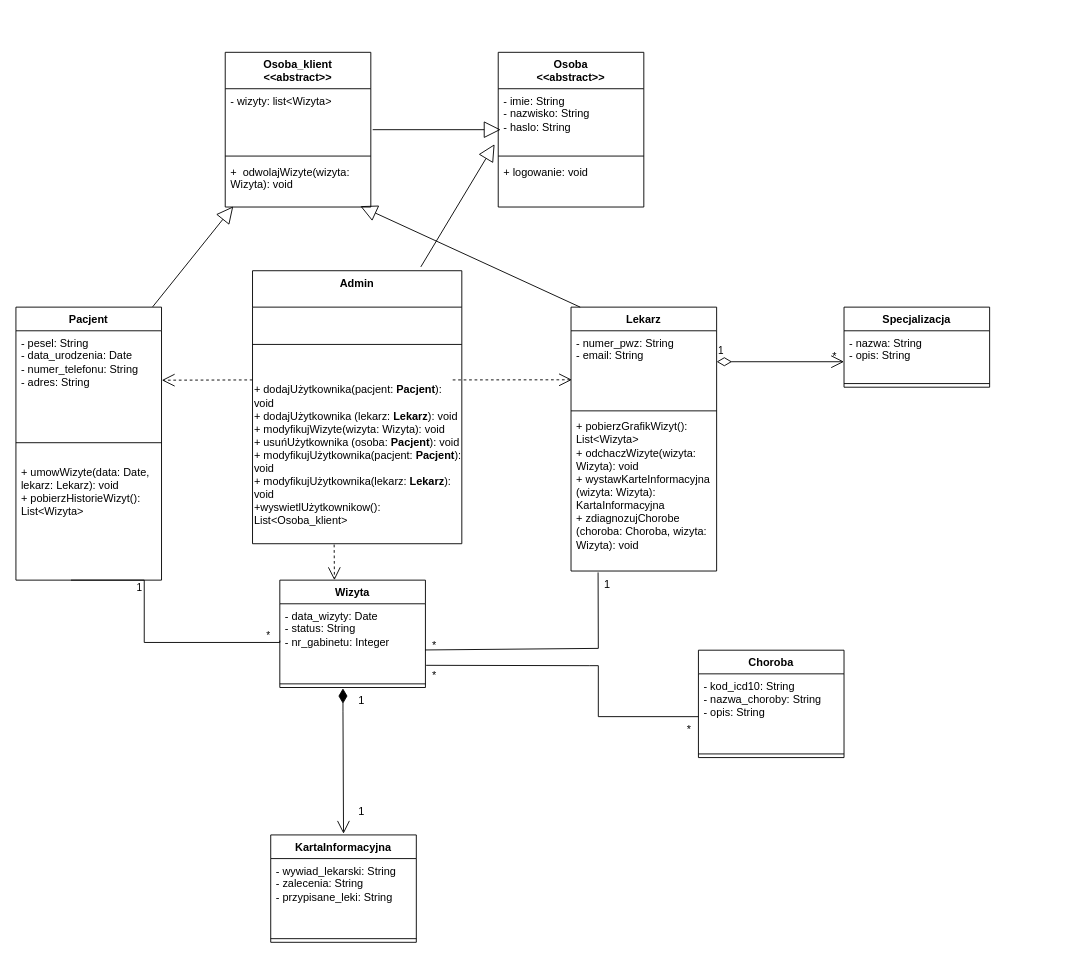
This is diagramy/klas/diagram_klasy_z_metodami.drawio from KamiLMusiol/projekt-TAKE-przychodnia, a draw.io file, before an edit. Source tidied: cells renumbered, new cells numbered last; positions are measured from the earlier drawing's top-left corner, leaving out a move shared by most shapes. Both pictures are drawn from the tidied source at 91%, with x=0, y=0 at pixel (15, 52).
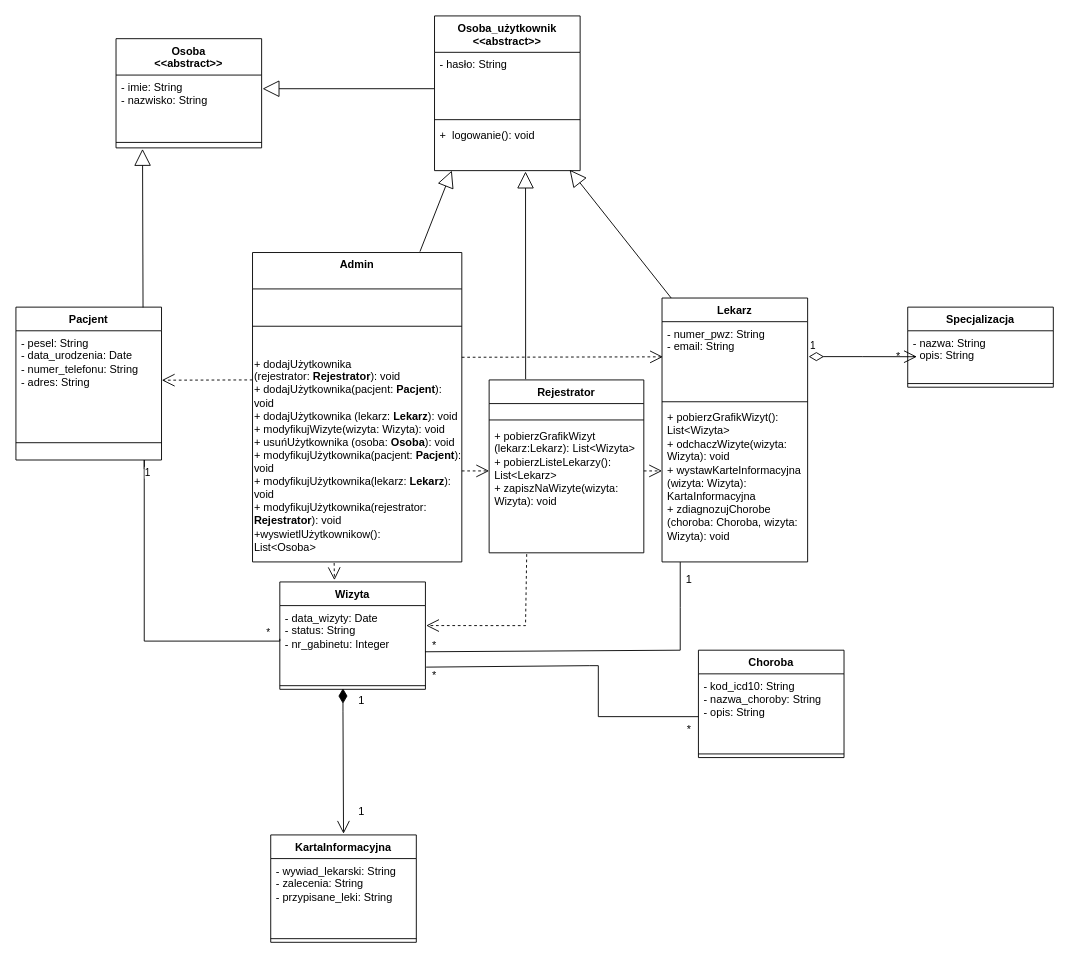
After the change.

The change refers to these unchanged cells:
```xml
<mxCell id="10" value="&lt;div&gt;- numer_pwz: String&lt;/div&gt;&lt;div&gt;- email: String&lt;/div&gt;&lt;div&gt;&lt;br&gt;&lt;/div&gt;&lt;div&gt;&lt;br&gt;&lt;/div&gt;" style="text;strokeColor=none;fillColor=none;align=left;verticalAlign=top;spacingLeft=4;spacingRight=4;overflow=hidden;points=[[0,0.5],[1,0.5]];portConstraint=eastwest;whiteSpace=wrap;html=1;" parent="9" vertex="1">
  <mxGeometry y="26" width="160" height="84" as="geometry" />
</mxCell>
<mxCell id="12" value="+ pobierzGrafikWizyt(): List&amp;lt;Wizyta&amp;gt;&lt;div&gt;+ odchaczWizyte(wizyta: Wizyta): void&lt;/div&gt;&lt;div&gt;+ wystawKarteInformacyjna (wizyta: Wizyta): KartaInformacyjna&lt;/div&gt;&lt;div&gt;+ zdiagnozujChorobe (choroba: Choroba, wizyta: Wizyta): void&lt;/div&gt;&lt;div&gt;&lt;br&gt;&lt;/div&gt;" style="text;strokeColor=none;fillColor=none;align=left;verticalAlign=top;spacingLeft=4;spacingRight=4;overflow=hidden;points=[[0,0.5],[1,0.5]];portConstraint=eastwest;whiteSpace=wrap;html=1;" parent="9" vertex="1">
  <mxGeometry y="118" width="160" height="172" as="geometry" />
</mxCell>
<mxCell id="14" value="- data_wizyty: Date&lt;div&gt;- status: String&lt;/div&gt;&lt;div&gt;- nr_gabinetu: Integer&lt;/div&gt;&lt;div&gt;&lt;br&gt;&lt;/div&gt;&lt;div&gt;&lt;br&gt;&lt;/div&gt;&lt;div&gt;&lt;br&gt;&lt;/div&gt;" style="text;strokeColor=none;fillColor=none;align=left;verticalAlign=top;spacingLeft=4;spacingRight=4;overflow=hidden;points=[[0,0.5],[1,0.5]];portConstraint=eastwest;whiteSpace=wrap;html=1;" parent="13" vertex="1">
  <mxGeometry y="26" width="160" height="84" as="geometry" />
</mxCell>
```

Diff of the diagram source:
```diff
@@
     <mxCell id="2" value="Pacjent" style="swimlane;fontStyle=1;align=center;verticalAlign=top;horizontal=1;startSize=26;whiteSpace=wrap;html=1;" parent="1" vertex="1">
-      <mxGeometry y="280" width="160" height="300" as="geometry" />
+      <mxGeometry y="280" width="160" height="168" as="geometry" />
     </mxCell>
@@
-    <mxCell id="5" value="+ umowWizyte(data: Date, lekarz: Lekarz): void&lt;div&gt;&lt;span style=&quot;background-color: transparent; color: light-dark(rgb(0, 0, 0), rgb(255, 255, 255));&quot;&gt;+ pobierzHistorieWizyt(): List&amp;lt;Wizyta&amp;gt;&lt;/span&gt;&lt;/div&gt;&lt;div&gt;&lt;br&gt;&lt;/div&gt;&lt;div&gt;&lt;br&gt;&lt;/div&gt;" style="text;strokeColor=none;fillColor=none;align=left;verticalAlign=top;spacingLeft=4;spacingRight=4;overflow=hidden;whiteSpace=wrap;html=1;" parent="2" vertex="1">
-      <mxGeometry y="168" width="160" height="132" as="geometry" />
-    </mxCell>
     <mxCell id="6" value="Specjalizacja" style="swimlane;fontStyle=1;align=center;verticalAlign=top;horizontal=1;startSize=26;whiteSpace=wrap;html=1;" parent="1" vertex="1">
-      <mxGeometry x="910" y="280" width="160" height="88" as="geometry" />
+      <mxGeometry x="980" y="280" width="160" height="88" as="geometry" />
     </mxCell>
@@
     <mxCell id="9" value="Lekarz" style="swimlane;fontStyle=1;align=center;verticalAlign=top;horizontal=1;startSize=26;whiteSpace=wrap;html=1;" parent="1" vertex="1">
-      <mxGeometry x="610" y="280" width="160" height="290" as="geometry" />
+      <mxGeometry x="710" y="270" width="160" height="290" as="geometry" />
     </mxCell>
@@
     <mxCell id="13" value="Wizyta" style="swimlane;fontStyle=1;align=center;verticalAlign=top;horizontal=1;startSize=26;whiteSpace=wrap;html=1;" parent="1" vertex="1">
-      <mxGeometry x="290" y="580" width="160" height="118" as="geometry" />
+      <mxGeometry x="290" y="582" width="160" height="118" as="geometry" />
     </mxCell>
@@
-    <mxCell id="22" style="endArrow=none;html=1;edgeStyle=orthogonalEdgeStyle;rounded=0;entryX=0;entryY=0.5;entryDx=0;entryDy=0;exitX=0.378;exitY=1.011;exitDx=0;exitDy=0;exitPerimeter=0;" parent="1" edge="1">
+    <mxCell id="22" style="endArrow=none;html=1;edgeStyle=orthogonalEdgeStyle;rounded=0;entryX=0;entryY=0.5;entryDx=0;entryDy=0;" parent="1" edge="1">
       <mxGeometry relative="1" as="geometry">
-        <mxPoint x="60.5" y="580" as="sourcePoint" />
-        <mxPoint x="290" y="646.5" as="targetPoint" />
+        <mxPoint x="141" y="458" as="sourcePoint" />
+        <mxPoint x="290" y="644.5" as="targetPoint" />
         <Array as="points">
-          <mxPoint x="141" y="648.5" />
-          <mxPoint x="290" y="648.5" />
+          <mxPoint x="141" y="448" />
+          <mxPoint x="141" y="647" />
+          <mxPoint x="290" y="647" />
         </Array>
       </mxGeometry>
     </mxCell>
     <mxCell id="23" value="1" style="edgeLabel;html=1;align=left;verticalAlign=bottom;" parent="22" vertex="1">
       <mxGeometry x="-1" relative="1" as="geometry">
-        <mxPoint x="70" y="16" as="offset" />
+        <mxPoint x="-1" y="12" as="offset" />
       </mxGeometry>
     </mxCell>
@@
-    <mxCell id="25" style="endArrow=none;html=1;rounded=0;exitX=0.997;exitY=0.604;exitDx=0;exitDy=0;exitPerimeter=0;entryX=-0.013;entryY=0.051;entryDx=0;entryDy=0;entryPerimeter=0;" parent="1" edge="1" source="14" target="40">
+    <mxCell id="25" style="endArrow=none;html=1;rounded=0;exitX=0.997;exitY=0.604;exitDx=0;exitDy=0;exitPerimeter=0;entryX=0.125;entryY=1.001;entryDx=0;entryDy=0;entryPerimeter=0;" parent="1" edge="1" source="14" target="12">
       <mxGeometry relative="1" as="geometry">
         <Array as="points">
-          <mxPoint x="640" y="655" />
+          <mxPoint x="730" y="657" />
+          <mxPoint x="730" y="610" />
         </Array>
       </mxGeometry>
     </mxCell>
@@
-    <mxCell id="33" value="Osoba_klient&lt;div&gt;&amp;lt;&amp;lt;abstract&amp;gt;&amp;gt;&lt;/div&gt;" style="swimlane;fontStyle=1;align=center;verticalAlign=top;horizontal=1;startSize=40;whiteSpace=wrap;html=1;" parent="1" vertex="1">
-      <mxGeometry x="230" width="160" height="170" as="geometry" />
+    <mxCell id="33" value="Osoba_użytkownik&lt;div&gt;&amp;lt;&amp;lt;abstract&amp;gt;&amp;gt;&lt;/div&gt;" style="swimlane;fontStyle=1;align=center;verticalAlign=top;horizontal=1;startSize=40;whiteSpace=wrap;html=1;" parent="1" vertex="1">
+      <mxGeometry x="460" y="-40" width="160" height="170" as="geometry" />
     </mxCell>
-    <mxCell id="34" value="&lt;div&gt;- wizyty: list&amp;lt;Wizyta&amp;gt;&lt;/div&gt;&lt;div&gt;&lt;br&gt;&lt;/div&gt;&lt;div&gt;&lt;br&gt;&lt;/div&gt;" style="text;strokeColor=none;fillColor=none;align=left;verticalAlign=top;spacingLeft=4;spacingRight=4;overflow=hidden;points=[[0,0.5],[1,0.5]];portConstraint=eastwest;whiteSpace=wrap;html=1;" parent="33" vertex="1">
+    <mxCell id="34" value="&lt;div&gt;- hasło&lt;span style=&quot;background-color: transparent; color: light-dark(rgb(0, 0, 0), rgb(255, 255, 255));&quot;&gt;: String&lt;/span&gt;&lt;/div&gt;&lt;div&gt;&lt;br&gt;&lt;/div&gt;&lt;div&gt;&lt;br&gt;&lt;/div&gt;" style="text;strokeColor=none;fillColor=none;align=left;verticalAlign=top;spacingLeft=4;spacingRight=4;overflow=hidden;points=[[0,0.5],[1,0.5]];portConstraint=eastwest;whiteSpace=wrap;html=1;" parent="33" vertex="1">
       <mxGeometry y="40" width="160" height="70" as="geometry" />
     </mxCell>
@@
-    <mxCell id="36" value="&lt;div&gt;+&amp;nbsp; odwolajWizyte(wizyta: Wizyta): void&lt;/div&gt;" style="text;strokeColor=none;fillColor=none;align=left;verticalAlign=top;spacingLeft=4;spacingRight=4;overflow=hidden;points=[[0,0.5],[1,0.5]];portConstraint=eastwest;whiteSpace=wrap;html=1;" parent="33" vertex="1">
+    <mxCell id="36" value="&lt;div&gt;+&amp;nbsp; logowanie(): void&lt;/div&gt;" style="text;strokeColor=none;fillColor=none;align=left;verticalAlign=top;spacingLeft=4;spacingRight=4;overflow=hidden;points=[[0,0.5],[1,0.5]];portConstraint=eastwest;whiteSpace=wrap;html=1;" parent="33" vertex="1">
       <mxGeometry y="118" width="160" height="52" as="geometry" />
     </mxCell>
     <mxCell id="37" value="*" style="text;html=1;whiteSpace=wrap;strokeColor=none;fillColor=none;align=center;verticalAlign=middle;rounded=0;" parent="1" vertex="1">
-      <mxGeometry x="890" y="320" width="20" height="30" as="geometry" />
+      <mxGeometry x="960" y="320" width="20" height="30" as="geometry" />
     </mxCell>
@@
-    <mxCell id="39" style="endArrow=block;endSize=16;endFill=0;html=1;rounded=0;entryX=0.055;entryY=0.987;entryDx=0;entryDy=0;entryPerimeter=0;exitX=0.939;exitY=-0.001;exitDx=0;exitDy=0;exitPerimeter=0;" parent="1" edge="1" source="2" target="36">
-      <mxGeometry relative="1" as="geometry" />
-    </mxCell>
     <mxCell id="40" value="1" style="text;html=1;whiteSpace=wrap;strokeColor=none;fillColor=none;align=center;verticalAlign=middle;rounded=0;" parent="1" vertex="1">
-      <mxGeometry x="640" y="570" width="20" height="30" as="geometry" />
+      <mxGeometry x="730" y="560" width="20" height="40" as="geometry" />
     </mxCell>
     <mxCell id="41" value="Admin" style="swimlane;fontStyle=1;align=center;verticalAlign=top;horizontal=1;startSize=40;whiteSpace=wrap;html=1;" parent="1" vertex="1">
-      <mxGeometry x="260" y="240" width="230" height="300" as="geometry" />
+      <mxGeometry x="260" y="220" width="230" height="340" as="geometry" />
     </mxCell>
@@
-    <mxCell id="44" value="+ dodajUżytkownika(pacjent:&amp;nbsp;&lt;span style=&quot;font-weight: 700; text-align: center;&quot;&gt;Pacjent&lt;/span&gt;): void&lt;div&gt;+ dodajUżytkownika (lekarz: &lt;span style=&quot;font-weight: 700; text-align: center;&quot;&gt;Lekarz&lt;/span&gt;): void&lt;br&gt;&lt;div&gt;+ modyfikujWizyte(wizyta: Wizyta): void&lt;/div&gt;&lt;div&gt;+ usuńUżytkownika (osoba:&amp;nbsp;&lt;span style=&quot;font-weight: 700; text-align: center;&quot;&gt;Pacjent&lt;/span&gt;&lt;span style=&quot;background-color: transparent; color: light-dark(rgb(0, 0, 0), rgb(255, 255, 255));&quot;&gt;): void&lt;/span&gt;&lt;/div&gt;&lt;div&gt;+ modyfikujUżytkownika(pacjent:&amp;nbsp;&lt;span style=&quot;font-weight: 700; text-align: center; background-color: transparent; color: light-dark(rgb(0, 0, 0), rgb(255, 255, 255));&quot;&gt;Pacjent&lt;/span&gt;&lt;span style=&quot;background-color: transparent; color: light-dark(rgb(0, 0, 0), rgb(255, 255, 255));&quot;&gt;): void&lt;/span&gt;&lt;/div&gt;&lt;div&gt;+ modyfikujUżytkownika(lekarz: &lt;span style=&quot;font-weight: 700; text-align: center; background-color: transparent; color: light-dark(rgb(0, 0, 0), rgb(255, 255, 255));&quot;&gt;Lekarz&lt;/span&gt;&lt;span style=&quot;background-color: transparent; color: light-dark(rgb(0, 0, 0), rgb(255, 255, 255));&quot;&gt;): void&lt;/span&gt;&lt;/div&gt;&lt;div&gt;+wyswietlUżytkownikow(&lt;span style=&quot;background-color: transparent; color: light-dark(rgb(0, 0, 0), rgb(255, 255, 255));&quot;&gt;):&amp;nbsp;&amp;nbsp;&lt;/span&gt;&lt;/div&gt;&lt;div&gt;&lt;span style=&quot;background-color: transparent; color: light-dark(rgb(0, 0, 0), rgb(255, 255, 255));&quot;&gt;List&amp;lt;Osoba_klient&amp;gt;&lt;/span&gt;&lt;/div&gt;&lt;/div&gt;" style="text;html=1;whiteSpace=wrap;strokeColor=none;fillColor=none;align=left;verticalAlign=middle;rounded=0;" parent="41" vertex="1">
-      <mxGeometry y="106" width="230" height="194" as="geometry" />
+    <mxCell id="44" value="+ dodajUżytkownika (rejestrator:&amp;nbsp;&lt;span style=&quot;font-weight: 700; text-align: center;&quot;&gt;Rejestrator&lt;/span&gt;): void&lt;div&gt;+ dodajUżytkownika(pacjent:&amp;nbsp;&lt;span style=&quot;font-weight: 700; text-align: center;&quot;&gt;Pacjent&lt;/span&gt;): void&lt;div&gt;+ dodajUżytkownika (lekarz: &lt;span style=&quot;font-weight: 700; text-align: center;&quot;&gt;Lekarz&lt;/span&gt;): void&lt;br&gt;&lt;div&gt;+ modyfikujWizyte(wizyta: Wizyta): void&lt;/div&gt;&lt;div&gt;+ usuńUżytkownika (osoba:&amp;nbsp;&lt;span style=&quot;font-weight: 700; text-align: center;&quot;&gt;Osoba&lt;/span&gt;&lt;span style=&quot;background-color: transparent; color: light-dark(rgb(0, 0, 0), rgb(255, 255, 255));&quot;&gt;): void&lt;/span&gt;&lt;/div&gt;&lt;div&gt;+ modyfikujUżytkownika(pacjent:&amp;nbsp;&lt;span style=&quot;font-weight: 700; text-align: center; background-color: transparent; color: light-dark(rgb(0, 0, 0), rgb(255, 255, 255));&quot;&gt;Pacjent&lt;/span&gt;&lt;span style=&quot;background-color: transparent; color: light-dark(rgb(0, 0, 0), rgb(255, 255, 255));&quot;&gt;): void&lt;/span&gt;&lt;/div&gt;&lt;div&gt;+ modyfikujUżytkownika(lekarz: &lt;span style=&quot;font-weight: 700; text-align: center; background-color: transparent; color: light-dark(rgb(0, 0, 0), rgb(255, 255, 255));&quot;&gt;Lekarz&lt;/span&gt;&lt;span style=&quot;background-color: transparent; color: light-dark(rgb(0, 0, 0), rgb(255, 255, 255));&quot;&gt;): void&lt;/span&gt;&lt;/div&gt;&lt;div&gt;+ modyfikujUżytkownika(rejestrator:&amp;nbsp;&lt;/div&gt;&lt;div&gt;&lt;span style=&quot;font-weight: 700; text-align: center;&quot;&gt;Rejestrator&lt;/span&gt;&lt;span style=&quot;color: light-dark(rgb(0, 0, 0), rgb(255, 255, 255)); background-color: transparent;&quot;&gt;): void&lt;/span&gt;&lt;span style=&quot;background-color: transparent; color: light-dark(rgb(0, 0, 0), rgb(255, 255, 255));&quot;&gt;&lt;/span&gt;&lt;/div&gt;&lt;div&gt;+wyswietlUżytkownikow(&lt;span style=&quot;background-color: transparent; color: light-dark(rgb(0, 0, 0), rgb(255, 255, 255));&quot;&gt;):&amp;nbsp;&amp;nbsp;&lt;/span&gt;&lt;/div&gt;&lt;div&gt;&lt;span style=&quot;background-color: transparent; color: light-dark(rgb(0, 0, 0), rgb(255, 255, 255));&quot;&gt;List&amp;lt;Osoba&amp;gt;&lt;/span&gt;&lt;/div&gt;&lt;/div&gt;&lt;/div&gt;" style="text;html=1;whiteSpace=wrap;strokeColor=none;fillColor=none;align=left;verticalAlign=middle;rounded=0;" parent="41" vertex="1">
+      <mxGeometry y="106" width="230" height="234" as="geometry" />
     </mxCell>
     <mxCell id="45" value="Osoba&lt;div&gt;&amp;lt;&amp;lt;abstract&amp;gt;&amp;gt;&lt;/div&gt;" style="swimlane;fontStyle=1;align=center;verticalAlign=top;horizontal=1;startSize=40;whiteSpace=wrap;html=1;" parent="1" vertex="1">
-      <mxGeometry x="530" width="160" height="170" as="geometry" />
+      <mxGeometry x="110" y="-15" width="160" height="120" as="geometry" />
     </mxCell>
-    <mxCell id="46" value="- imie: String&lt;div&gt;- nazwisko: String&lt;/div&gt;&lt;div&gt;- haslo: String&lt;/div&gt;" style="text;strokeColor=none;fillColor=none;align=left;verticalAlign=top;spacingLeft=4;spacingRight=4;overflow=hidden;points=[[0,0.5],[1,0.5]];portConstraint=eastwest;whiteSpace=wrap;html=1;" parent="45" vertex="1">
+    <mxCell id="46" value="- imie: String&lt;div&gt;- nazwisko: String&lt;/div&gt;&lt;div&gt;&lt;br&gt;&lt;/div&gt;" style="text;strokeColor=none;fillColor=none;align=left;verticalAlign=top;spacingLeft=4;spacingRight=4;overflow=hidden;points=[[0,0.5],[1,0.5]];portConstraint=eastwest;whiteSpace=wrap;html=1;" parent="45" vertex="1">
       <mxGeometry y="40" width="160" height="70" as="geometry" />
     </mxCell>
@@
-    <mxCell id="48" value="+ logowanie: void&lt;br&gt;&lt;div&gt;&lt;br&gt;&lt;/div&gt;" style="text;strokeColor=none;fillColor=none;align=left;verticalAlign=top;spacingLeft=4;spacingRight=4;overflow=hidden;points=[[0,0.5],[1,0.5]];portConstraint=eastwest;whiteSpace=wrap;html=1;" parent="45" vertex="1">
-      <mxGeometry y="118" width="160" height="52" as="geometry" />
+    <mxCell id="48" value="&lt;div&gt;&lt;br&gt;&lt;/div&gt;" style="text;strokeColor=none;fillColor=none;align=left;verticalAlign=top;spacingLeft=4;spacingRight=4;overflow=hidden;points=[[0,0.5],[1,0.5]];portConstraint=eastwest;whiteSpace=wrap;html=1;" parent="45" vertex="1">
+      <mxGeometry y="118" width="160" height="2" as="geometry" />
     </mxCell>
-    <mxCell id="49" style="endArrow=block;endSize=16;endFill=0;html=1;rounded=0;entryX=0.017;entryY=0.643;entryDx=0;entryDy=0;entryPerimeter=0;exitX=1.013;exitY=0.643;exitDx=0;exitDy=0;exitPerimeter=0;" parent="1" edge="1" source="34" target="46">
-      <mxGeometry relative="1" as="geometry" />
-    </mxCell>
-    <mxCell id="50" style="endArrow=block;endSize=16;endFill=0;html=1;rounded=0;entryX=-0.025;entryY=0.871;entryDx=0;entryDy=0;entryPerimeter=0;exitX=0.804;exitY=-0.014;exitDx=0;exitDy=0;exitPerimeter=0;" parent="1" edge="1" source="41" target="46">
-      <mxGeometry relative="1" as="geometry" />
+    <mxCell id="50" style="endArrow=block;endSize=16;endFill=0;html=1;rounded=0;exitX=0.8;exitY=-0.003;exitDx=0;exitDy=0;exitPerimeter=0;" parent="1" edge="1" source="41">
+      <mxGeometry relative="1" as="geometry">
+        <mxPoint x="479" y="130" as="targetPoint" />
+      </mxGeometry>
     </mxCell>
@@
-    <mxCell id="52" style="endArrow=open;endSize=12;dashed=1;html=1;rounded=0;entryX=0.006;entryY=0.641;entryDx=0;entryDy=0;entryPerimeter=0;" parent="1" edge="1" target="10">
+    <mxCell id="52" style="endArrow=open;endSize=12;dashed=1;html=1;rounded=0;entryX=0.006;entryY=0.46;entryDx=0;entryDy=0;entryPerimeter=0;" parent="1" edge="1" target="10">
       <mxGeometry relative="1" as="geometry">
-        <mxPoint x="480" y="360" as="sourcePoint" />
+        <mxPoint x="490" y="335.1" as="sourcePoint" />
       </mxGeometry>
     </mxCell>
@@
-    <mxCell id="54" value="1" style="endArrow=open;html=1;endSize=12;startArrow=diamondThin;startSize=14;startFill=0;edgeStyle=orthogonalEdgeStyle;align=left;verticalAlign=bottom;rounded=0;" parent="1" edge="1">
+    <mxCell id="54" value="1" style="endArrow=open;html=1;endSize=12;startArrow=diamondThin;startSize=14;startFill=0;edgeStyle=orthogonalEdgeStyle;align=left;verticalAlign=bottom;rounded=0;exitX=1.007;exitY=0.457;exitDx=0;exitDy=0;exitPerimeter=0;" parent="1" edge="1" source="10">
       <mxGeometry x="-1" y="3" relative="1" as="geometry">
-        <mxPoint x="770" y="340" as="sourcePoint" />
-        <mxPoint x="910" y="340" as="targetPoint" />
+        <mxPoint x="990" y="334.5" as="targetPoint" />
       </mxGeometry>
     </mxCell>
+    <mxCell id="55" style="endArrow=block;endSize=16;endFill=0;html=1;rounded=0;exitX=-0.002;exitY=0.571;exitDx=0;exitDy=0;exitPerimeter=0;" parent="1" edge="1" source="34">
+      <mxGeometry relative="1" as="geometry">
+        <mxPoint x="271" y="40" as="targetPoint" />
+      </mxGeometry>
+    </mxCell>
+    <mxCell id="56" style="endArrow=block;endSize=16;endFill=0;html=1;rounded=0;exitX=0.873;exitY=0.002;exitDx=0;exitDy=0;exitPerimeter=0;entryX=0.182;entryY=1.571;entryDx=0;entryDy=0;entryPerimeter=0;" parent="1" edge="1" source="2" target="48">
+      <mxGeometry relative="1" as="geometry" />
+    </mxCell>
+    <mxCell id="57" value="Rejestrator" style="swimlane;fontStyle=1;align=center;verticalAlign=top;horizontal=1;startSize=26;whiteSpace=wrap;html=1;" parent="1" vertex="1">
+      <mxGeometry x="520" y="360" width="170" height="190" as="geometry" />
+    </mxCell>
+    <mxCell id="58" value="&lt;div&gt;&lt;br&gt;&lt;/div&gt;" style="text;strokeColor=none;fillColor=none;align=left;verticalAlign=top;spacingLeft=4;spacingRight=4;overflow=hidden;whiteSpace=wrap;html=1;" parent="57" vertex="1">
+      <mxGeometry y="26" width="170" height="14" as="geometry" />
+    </mxCell>
+    <mxCell id="59" style="line;strokeWidth=1;fillColor=none;align=left;verticalAlign=middle;spacingTop=-1;spacingLeft=3;spacingRight=3;labelPosition=right;strokeColor=inherit;" parent="57" vertex="1">
+      <mxGeometry y="40" width="170" height="8" as="geometry" />
+    </mxCell>
+    <mxCell id="60" value="+ pobierzGrafikWizyt (lekarz:Lekarz): List&amp;lt;Wizyta&amp;gt;&lt;div&gt;+ pobierzListeLekarzy(): List&amp;lt;Lekarz&amp;gt;&lt;br&gt;&lt;div&gt;+ zapiszNaWizyte(wizyta: Wizyta): void&lt;/div&gt;&lt;div&gt;&lt;br&gt;&lt;/div&gt;&lt;div&gt;&lt;br&gt;&lt;/div&gt;&lt;/div&gt;" style="text;strokeColor=none;fillColor=none;align=left;verticalAlign=top;spacingLeft=4;spacingRight=4;overflow=hidden;points=[[0,0.5],[1,0.5]];portConstraint=eastwest;whiteSpace=wrap;html=1;" parent="57" vertex="1">
+      <mxGeometry y="48" width="170" height="142" as="geometry" />
+    </mxCell>
+    <mxCell id="61" style="endArrow=block;endSize=16;endFill=0;html=1;rounded=0;exitX=0.236;exitY=-0.004;exitDx=0;exitDy=0;exitPerimeter=0;" parent="1" edge="1" source="57">
+      <mxGeometry relative="1" as="geometry">
+        <mxPoint x="560" y="131" as="targetPoint" />
+      </mxGeometry>
+    </mxCell>
+    <mxCell id="62" style="endArrow=open;endSize=12;dashed=1;html=1;rounded=0;" parent="1" edge="1">
+      <mxGeometry relative="1" as="geometry">
+        <mxPoint x="490" y="460" as="sourcePoint" />
+        <mxPoint x="520" y="460" as="targetPoint" />
+      </mxGeometry>
+    </mxCell>
+    <mxCell id="63" style="endArrow=open;endSize=12;dashed=1;html=1;rounded=0;" parent="1" edge="1">
+      <mxGeometry relative="1" as="geometry">
+        <mxPoint x="690" y="460" as="sourcePoint" />
+        <mxPoint x="710" y="460" as="targetPoint" />
+      </mxGeometry>
+    </mxCell>
+    <mxCell id="64" style="endArrow=open;endSize=12;dashed=1;html=1;rounded=0;exitX=0.243;exitY=1.01;exitDx=0;exitDy=0;exitPerimeter=0;entryX=1.005;entryY=0.261;entryDx=0;entryDy=0;entryPerimeter=0;" parent="1" edge="1" source="60" target="14">
+      <mxGeometry relative="1" as="geometry">
+        <Array as="points">
+          <mxPoint x="560" y="630" />
+        </Array>
+      </mxGeometry>
+    </mxCell>
```
